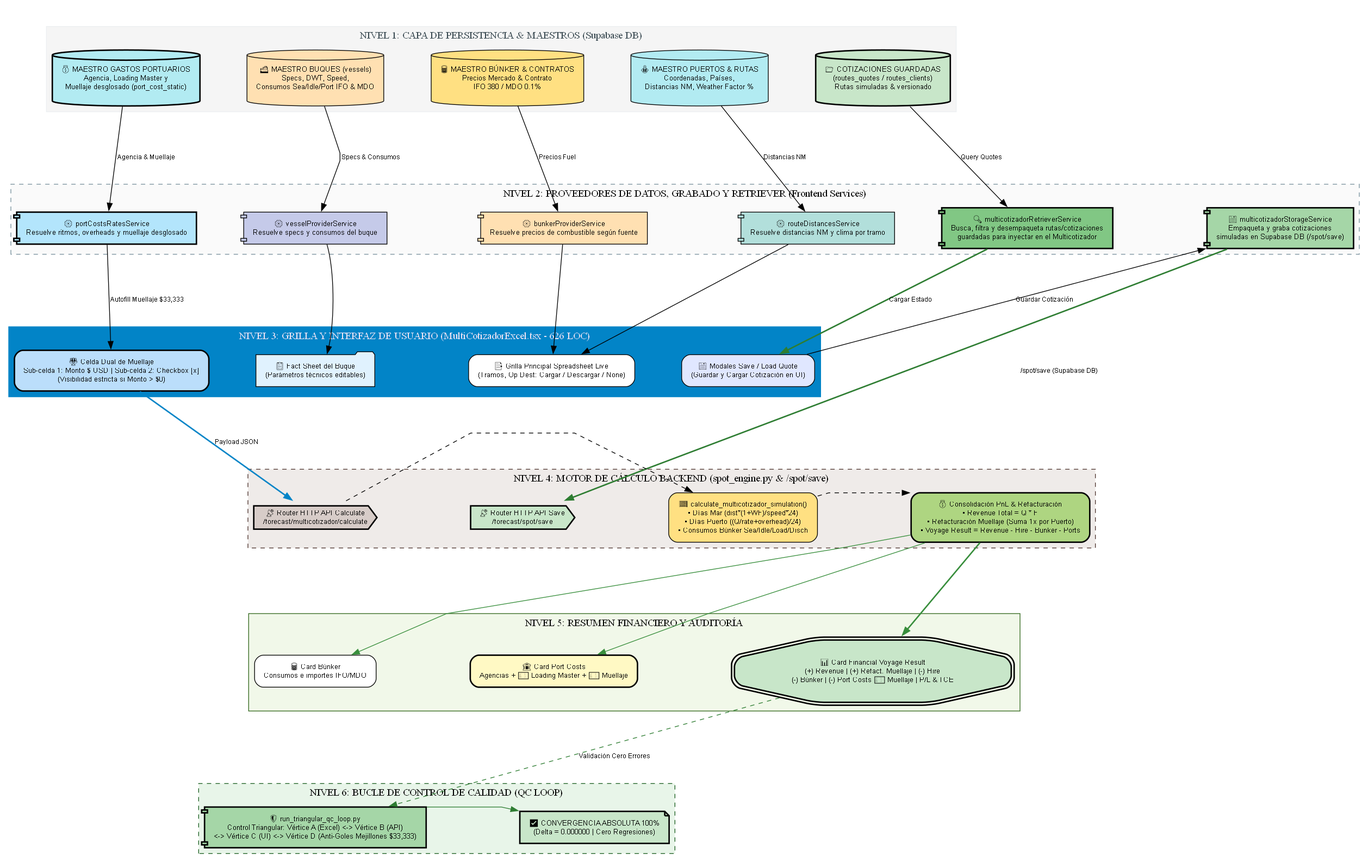
RichGutz/PETRAL.SMART.DASHBOARD keeps this Graphviz diagram as Desarrollo.Profesional/Obsidian.Refactorizacion.Multicotizador/FLUJOGRAMA_Arquitectura_Multicotizador_V1.png. Above is the earlier version. Its source is kept beside it as Desarrollo.Profesional/Obsidian.Refactorizacion.Multicotizador/FLUJOGRAMA_Arquitectura_Multicotizador_V1.dot.
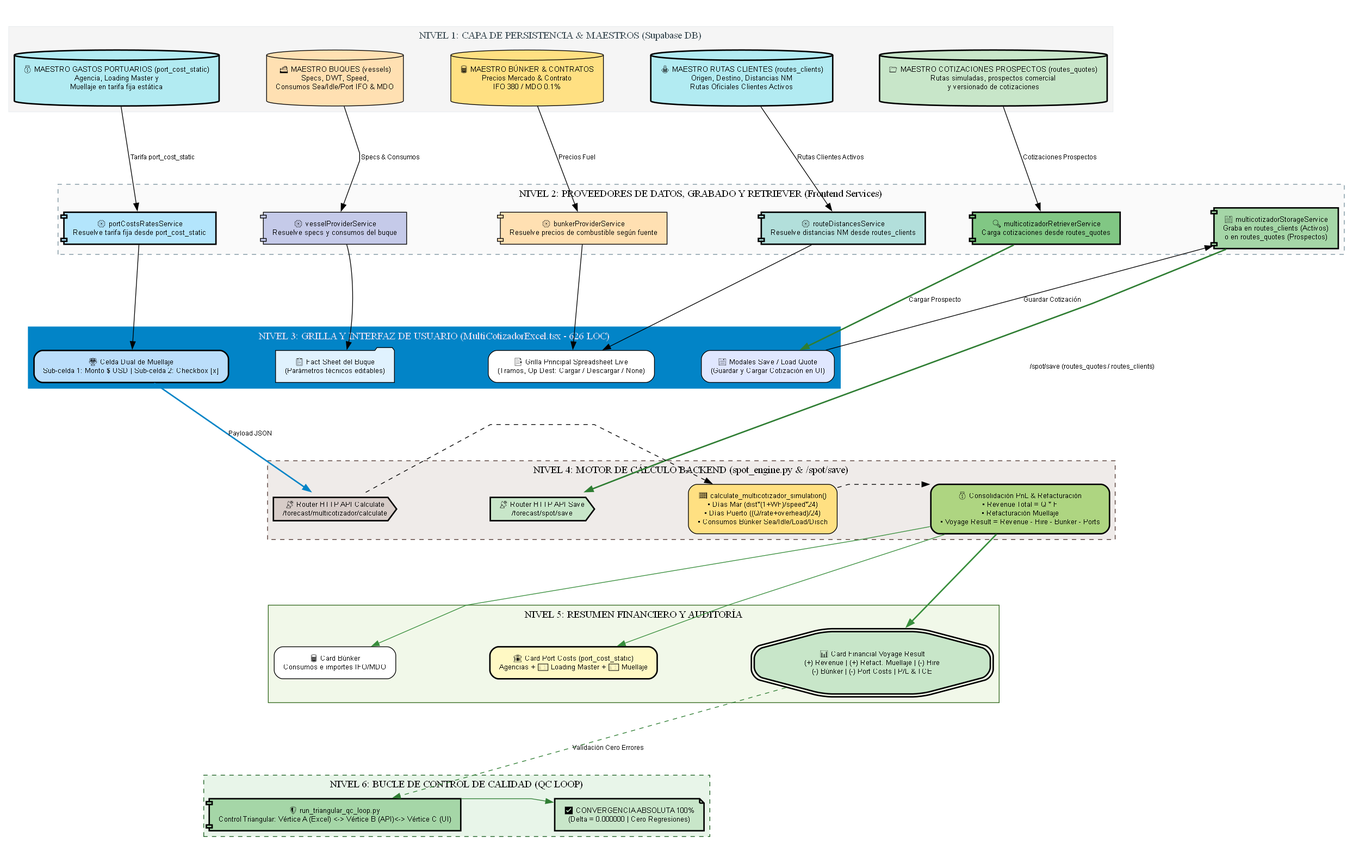
After the change.

Commit message:
fix(deploy): corregir mapeo estricto de tablas DB rutas_clients y routes_quotes, despiece de selectores y despliegue a produccion VPS

The edit, as a diff of the source:
```diff
@@ -15,15 +15,15 @@
         label = "NIVEL 1: CAPA DE PERSISTENCIA & MAESTROS (Supabase DB)";
         style="filled"; color="#ECEFF1"; fontcolor="#37474F"; fillcolor="#F5F5F5";
 
-        { rank=same; DB_Vessels; DB_Ports; DB_PortCosts; DB_Bunker; DB_SavedQuotes; }
+        { rank=same; DB_Vessels; DB_RoutesClients; DB_PortCosts; DB_Bunker; DB_RoutesQuotes; }
 
         DB_Vessels [label="🚢 MAESTRO BUQUES (vessels)\nSpecs, DWT, Speed,\nConsumos Sea/Idle/Port IFO & MDO", shape=cylinder, fillcolor="#FFE0B2"];
-        DB_Ports [label="⚓ MAESTRO PUERTOS & RUTAS\nCoordenadas, Países,\nDistancias NM, Weather Factor %", shape=cylinder, fillcolor="#B2EBF2"];
-        DB_PortCosts [label="💰 MAESTRO GASTOS PORTUARIOS\nAgencia, Loading Master y\nMuellaje desglosado (port_cost_static)", shape=cylinder, fillcolor="#B2EBF2", penwidth=2];
+        DB_RoutesClients [label="⚓ MAESTRO RUTAS CLIENTES (routes_clients)\nOrigen, Destino, Distancias NM\nRutas Oficiales Clientes Activos", shape=cylinder, fillcolor="#B2EBF2", penwidth=2];
+        DB_PortCosts [label="💰 MAESTRO GASTOS PORTUARIOS (port_cost_static)\nAgencia, Loading Master y\nMuellaje en tarifa fija estática", shape=cylinder, fillcolor="#B2EBF2", penwidth=2];
         DB_Bunker [label="🛢️ MAESTRO BÚNKER & CONTRATOS\nPrecios Mercado & Contrato\nIFO 380 / MDO 0.1%", shape=cylinder, fillcolor="#FFE082"];
-        DB_SavedQuotes [label="📁 COTIZACIONES GUARDADAS\n(routes_quotes / routes_clients)\nRutas simuladas & versionado", shape=cylinder, fillcolor="#C8E6C9", penwidth=2];
+        DB_RoutesQuotes [label="📁 MAESTRO COTIZACIONES PROSPECTOS (routes_quotes)\nRutas simuladas, prospectos comercial\ny versionado de cotizaciones", shape=cylinder, fillcolor="#C8E6C9", penwidth=2];
 
-        DB_Vessels -> DB_Ports -> DB_PortCosts -> DB_Bunker -> DB_SavedQuotes [style=invis];
+        DB_Vessels -> DB_RoutesClients -> DB_PortCosts -> DB_Bunker -> DB_RoutesQuotes [style=invis];
     }
 
     # ==========================================
@@ -37,10 +37,10 @@
 
         S_Vessel [label="⚙️ vesselProviderService\nResuelve specs y consumos del buque", shape=component, fillcolor="#C5CAE9"];
         S_Bunker [label="⚙️ bunkerProviderService\nResuelve precios de combustible según fuente", shape=component, fillcolor="#FFE0B2"];
-        S_Route [label="⚙️ routeDistancesService\nResuelve distancias NM y clima por tramo", shape=component, fillcolor="#B2DFDB"];
-        S_Port [label="⚙️ portCostsRatesService\nResuelve ritmos, overheads y muellaje desglosado", shape=component, fillcolor="#B3E5FC", penwidth=2];
-        S_Storage [label="💾 multicotizadorStorageService\nEmpaqueta y graba cotizaciones\nsimuladas en Supabase DB (/spot/save)", shape=component, fillcolor="#A5D6A7", penwidth=2];
-        S_Retriever [label="🔍 multicotizadorRetrieverService\nBusca, filtra y desempaqueta rutas/cotizaciones\nguardadas para inyectar en el Multicotizador", shape=component, fillcolor="#81C784", penwidth=2];
+        S_Route [label="⚙️ routeDistancesService\nResuelve distancias NM desde routes_clients", shape=component, fillcolor="#B2DFDB", penwidth=2];
+        S_Port [label="⚙️ portCostsRatesService\nResuelve tarifa fija desde port_cost_static", shape=component, fillcolor="#B3E5FC", penwidth=2];
+        S_Storage [label="💾 multicotizadorStorageService\nGraba en routes_clients (Activos)\no en routes_quotes (Prospectos)", shape=component, fillcolor="#A5D6A7", penwidth=2];
+        S_Retriever [label="🔍 multicotizadorRetrieverService\nCarga cotizaciones desde routes_quotes", shape=component, fillcolor="#81C784", penwidth=2];
 
         S_Vessel -> S_Bunker -> S_Route -> S_Port -> S_Storage -> S_Retriever [style=invis];
     }
@@ -56,7 +56,7 @@
 
         UI_FactSheet [label="📋 Fact Sheet del Buque\n(Parámetros técnicos editables)", shape=folder, fillcolor="#E0F2FE"];
         UI_Grid [label="📑 Grilla Principal Spreadsheet Live\n(Tramos, Op Dest: Cargar / Descargar / None)", shape=box, fillcolor="white"];
-        UI_MuellajeCell [label="⚖️ Celda Dual de Muellaje\nSub-celda 1: Monto $ USD | Sub-celda 2: Checkbox [x]\n(Visibilidad estricta si Monto > $0)", shape=box, fillcolor="#BBDEFB", penwidth=2];
+        UI_MuellajeCell [label="⚖️ Celda Dual de Muellaje\nSub-celda 1: Monto $ USD | Sub-celda 2: Checkbox [x]", shape=box, fillcolor="#BBDEFB", penwidth=2];
         UI_SaveModal [label="💾 Modales Save / Load Quote\n(Guardar y Cargar Cotización en UI)", shape=box, fillcolor="#E0E7FF"];
 
         UI_FactSheet -> UI_Grid -> UI_MuellajeCell -> UI_SaveModal [style=invis];
@@ -74,7 +74,7 @@
         API_Endpoint [label="📡 Router HTTP API Calculate\n/forecast/multicotizador/calculate", shape=cds, fillcolor="#D7CCC8", penwidth=2];
         API_SaveEndpoint [label="📡 Router HTTP API Save\n/forecast/spot/save", shape=cds, fillcolor="#C8E6C9", penwidth=2];
         Engine_Sim [label="🧮 calculate_multicotizador_simulation()\n• Días Mar (dist*(1+WF)/speed*24)\n• Días Puerto ((Q/rate+overhead)/24)\n• Consumos Búnker Sea/Idle/Load/Disch", shape=box, fillcolor="#FFE082"];
-        Engine_PnL [label="💰 Consolidación PnL & Refacturación\n• Revenue Total = Q * F\n• Refacturación Muellaje (Suma 1x por Puerto)\n• Voyage Result = Revenue - Hire - Bunker - Ports", shape=box, fillcolor="#AED581", penwidth=2];
+        Engine_PnL [label="💰 Consolidación PnL & Refacturación\n• Revenue Total = Q * F\n• Refacturación Muellaje\n• Voyage Result = Revenue - Hire - Bunker - Ports", shape=box, fillcolor="#AED581", penwidth=2];
 
         API_Endpoint -> API_SaveEndpoint -> Engine_Sim -> Engine_PnL [style=invis];
     }
@@ -89,8 +89,8 @@
         { rank=same; Card_Bunker; Card_PortCosts; Card_Financials; }
 
         Card_Bunker [label="🛢️ Card Búnker\nConsumos e importes IFO/MDO", shape=rect, fillcolor="white"];
-        Card_PortCosts [label="🏛️ Card Port Costs\nAgencias + ↳ Loading Master + ↳ Muellaje", shape=rect, fillcolor="#FFF9C4", penwidth=2];
-        Card_Financials [label="📊 Card Financial Voyage Result\n(+) Revenue | (+) Refact. Muellaje | (-) Hire\n(-) Búnker | (-) Port Costs ↳ Muellaje | P/L & TCE", shape=doubleoctagon, fillcolor="#C8E6C9", penwidth=2];
+        Card_PortCosts [label="🏛️ Card Port Costs (port_cost_static)\nAgencias + ↳ Loading Master + ↳ Muellaje", shape=rect, fillcolor="#FFF9C4", penwidth=2];
+        Card_Financials [label="📊 Card Financial Voyage Result\n(+) Revenue | (+) Refact. Muellaje | (-) Hire\n(-) Búnker | (-) Port Costs | P/L & TCE", shape=doubleoctagon, fillcolor="#C8E6C9", penwidth=2];
 
         Card_Bunker -> Card_PortCosts -> Card_Financials [style=invis];
     }
@@ -104,7 +104,7 @@
 
         { rank=same; QC_Master; QC_Pass; }
 
-        QC_Master [label="🛡️ run_triangular_qc_loop.py\nControl Triangular: Vértice A (Excel) <-> Vértice B (API)\n<-> Vértice C (UI) <-> Vértice D (Anti-Goles Mejillones $33,333)", shape=component, fillcolor="#A5D6A7", penwidth=2];
+        QC_Master [label="🛡️ run_triangular_qc_loop.py\nControl Triangular: Vértice A (Excel) <-> Vértice B (API)<-> Vértice C (UI)", shape=component, fillcolor="#A5D6A7", penwidth=2];
         QC_Pass [label="✅ CONVERGENCIA ABSOLUTA 100%\n(Delta = 0.000000 | Cero Regresiones)", shape=note, fillcolor="#C8E6C9", penwidth=2];
 
         QC_Master -> QC_Pass [style=invis];
@@ -121,22 +121,22 @@
 
     # 1. DB -> Providers & Retriever
     DB_Vessels -> S_Vessel [label=" Specs & Consumos"];
-    DB_Ports -> S_Route [label=" Distancias NM"];
-    DB_PortCosts -> S_Port [label=" Agencia & Muellaje"];
+    DB_RoutesClients -> S_Route [label=" Rutas Clientes Activos"];
+    DB_PortCosts -> S_Port [label=" Tarifa port_cost_static"];
     DB_Bunker -> S_Bunker [label=" Precios Fuel"];
-    DB_SavedQuotes -> S_Retriever [label=" Query Quotes"];
+    DB_RoutesQuotes -> S_Retriever [label=" Cotizaciones Prospectos"];
 
     # 2. Providers -> UI
     S_Vessel -> UI_FactSheet;
     S_Bunker -> UI_Grid;
     S_Route -> UI_Grid;
-    S_Port -> UI_MuellajeCell [label=" Autofill Muellaje $33,333"];
-    S_Retriever -> UI_SaveModal [label=" Cargar Estado", color="#2E7D32", penwidth=2];
+    S_Port -> UI_MuellajeCell;
+    S_Retriever -> UI_SaveModal [label=" Cargar Prospecto", color="#2E7D32", penwidth=2];
 
     # 3. UI -> Engine API & Storage
     UI_MuellajeCell -> API_Endpoint [label=" Payload JSON", color="#0284C7", penwidth=2];
     UI_SaveModal -> S_Storage [label=" Guardar Cotización"];
-    S_Storage -> API_SaveEndpoint [label=" /spot/save (Supabase DB)", color="#2E7D32", penwidth=2];
+    S_Storage -> API_SaveEndpoint [label=" /spot/save (routes_quotes / routes_clients)", color="#2E7D32", penwidth=2];
 
     # 4. Engine PnL -> Cards
     API_Endpoint -> Engine_Sim -> Engine_PnL [style=dashed];
```
